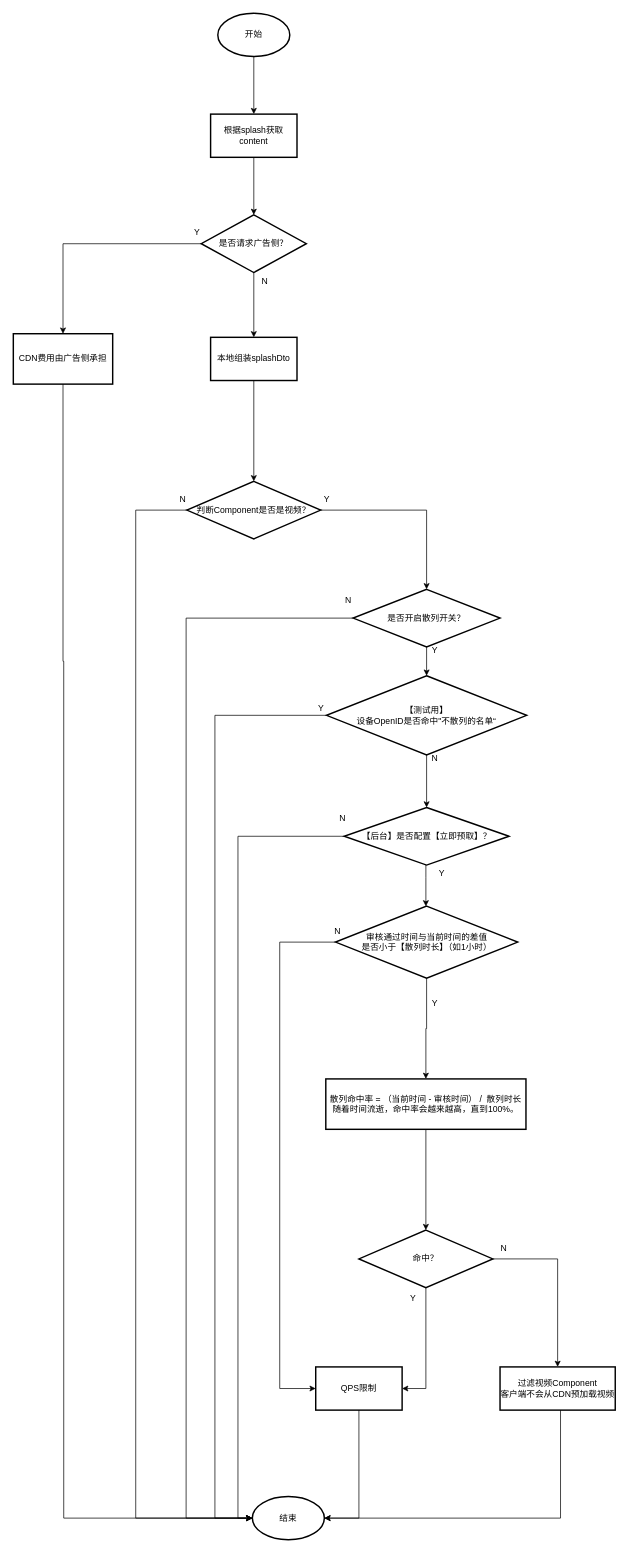
Earlier version of the draw.io diagram 21767369 闪屏CDN流量问题修复.drawio (ETHAN0430/draw.io.repo). Source tidied: cells renumbered, new cells numbered last; positions are measured from the earlier drawing's top-left corner, leaving out a move shared by most shapes. Both pictures are drawn from the tidied source at 72%, with x=0, y=0 at pixel (13, 13).
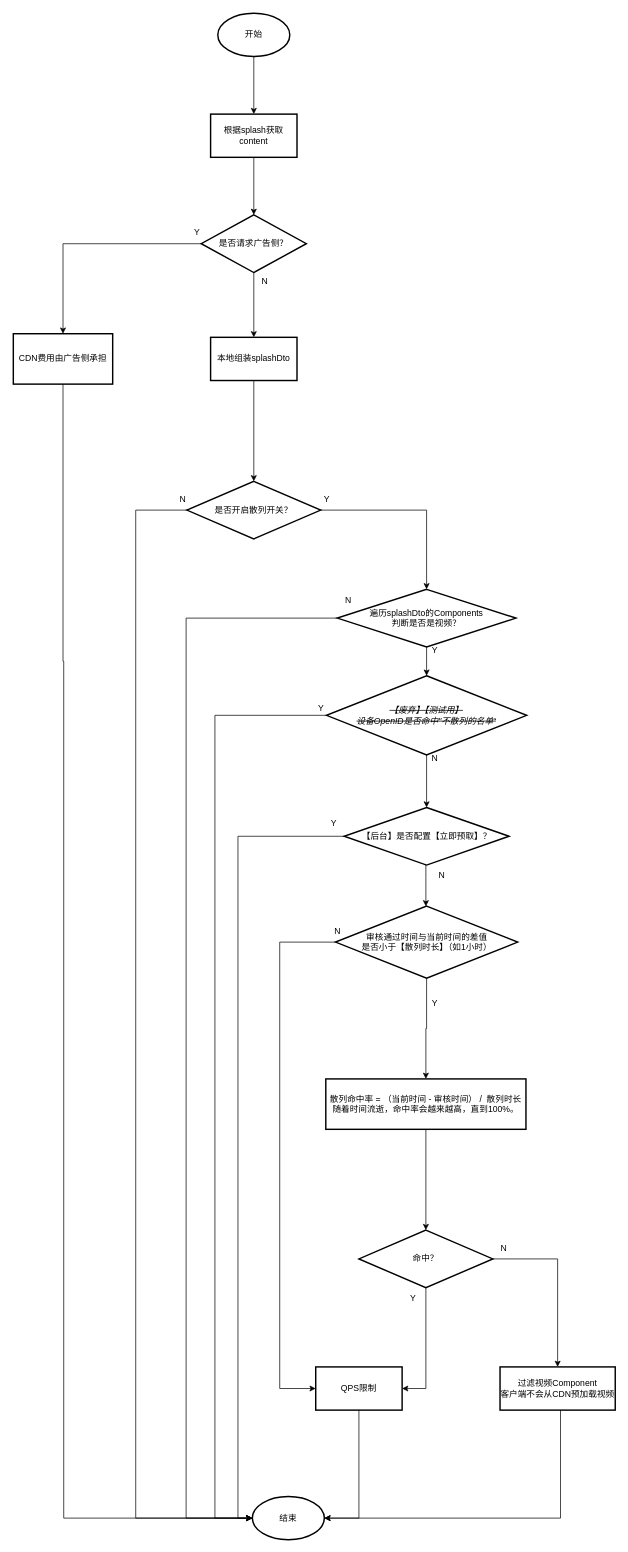
Above is the later version.

Commit message:
更新21767369 闪屏CDN流量问题修复.drawio

What changed in the source:
```diff
@@
-    <mxCell id="18" value="是否开启散列开关？" style="rhombus;whiteSpace=wrap;html=1;strokeWidth=2;" parent="1" vertex="1">
-      <mxGeometry x="472" y="800" width="204" height="80" as="geometry" />
+    <mxCell id="18" value="遍历splashDto的Components&lt;br&gt;判断是否是视频？" style="rhombus;whiteSpace=wrap;html=1;strokeWidth=2;" parent="1" vertex="1">
+      <mxGeometry x="450" y="800" width="248" height="80" as="geometry" />
     </mxCell>
@@
-    <mxCell id="22" value="判断Component是否是视频？" style="rhombus;whiteSpace=wrap;html=1;strokeWidth=2;" parent="1" vertex="1">
+    <mxCell id="22" value="是否开启散列开关？" style="rhombus;whiteSpace=wrap;html=1;strokeWidth=2;" parent="1" vertex="1">
       <mxGeometry x="241" y="650" width="186" height="80" as="geometry" />
     </mxCell>
@@
     <mxCell id="31" value="N" style="text;html=1;align=center;verticalAlign=middle;strokeColor=none;fillColor=none;" parent="1" vertex="1">
-      <mxGeometry x="442" y="1103" width="30" height="30" as="geometry" />
+      <mxGeometry x="580" y="1183" width="30" height="30" as="geometry" />
     </mxCell>
     <mxCell id="32" value="Y" style="text;html=1;align=center;verticalAlign=middle;strokeColor=none;fillColor=none;" parent="1" vertex="1">
-      <mxGeometry x="580" y="1180" width="30" height="30" as="geometry" />
+      <mxGeometry x="429.5" y="1110" width="30" height="30" as="geometry" />
     </mxCell>
@@
-    <mxCell id="48" value="【测试用】&lt;br&gt;设备OpenID是否命中&quot;不散列的名单“" style="rhombus;whiteSpace=wrap;html=1;strokeWidth=2;" parent="1" vertex="1">
+    <mxCell id="48" value="&lt;strike&gt;&lt;i&gt;【废弃】【测试用】&lt;br&gt;设备OpenID是否命中&quot;不散列的名单“&lt;/i&gt;&lt;/strike&gt;" style="rhombus;whiteSpace=wrap;html=1;strokeWidth=2;" parent="1" vertex="1">
       <mxGeometry x="435" y="920" width="278" height="110" as="geometry" />
     </mxCell>
```
